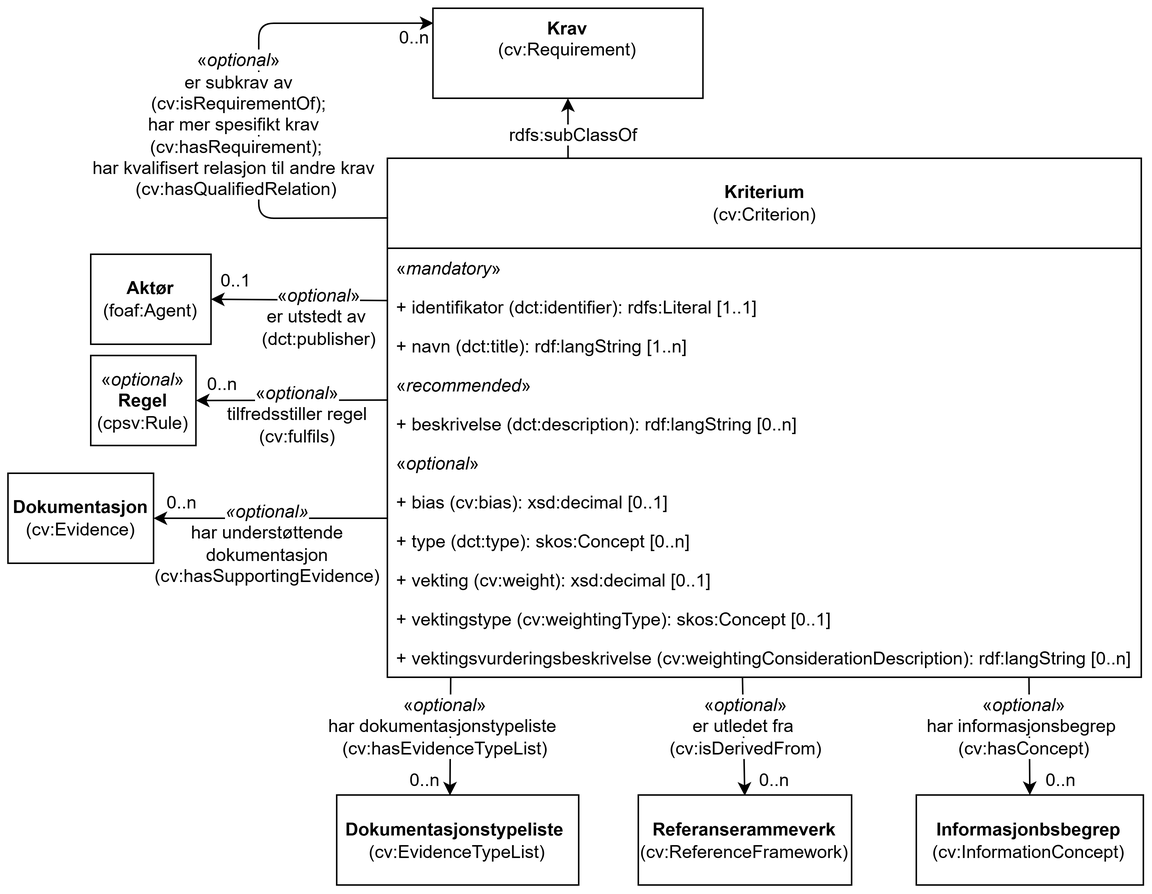
Before: docs/images/KlassenKriterium.png, a diagram exported from draw.io (Informasjonsforvaltning/cccev-ap-no). Source tidied: cells renumbered, new cells last; positions are measured from the earlier drawing's top-left corner, leaving out a move shared by most shapes.
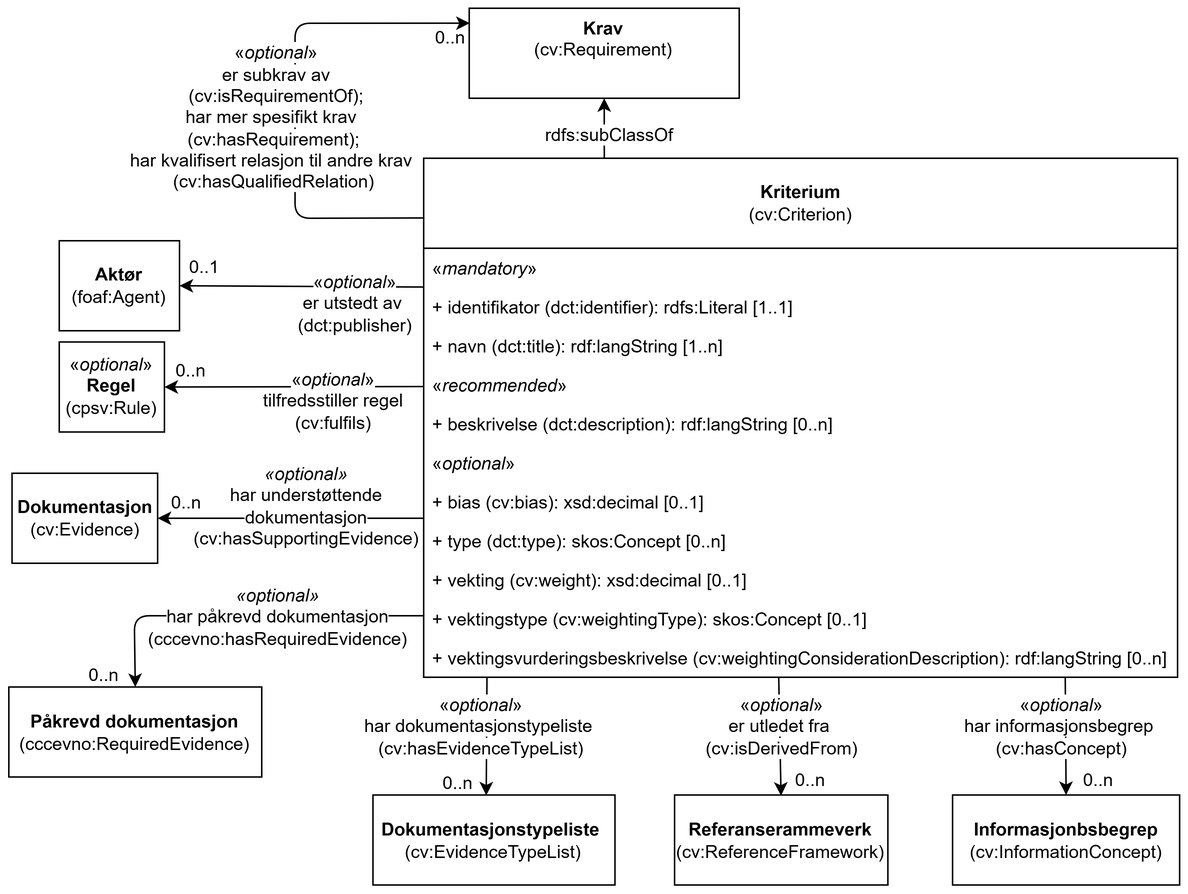
Above is the later version.

Change to the diagram source:
```diff
@@ -3,81 +3,81 @@
     <mxCell id="0" />
     <mxCell id="1" parent="0" />
     <mxCell id="2" value="«&lt;i&gt;optional&lt;/i&gt;»&lt;br&gt;&lt;b&gt;Regel&lt;/b&gt;&lt;br&gt;(cpsv:Rule)" style="rounded=0;whiteSpace=wrap;html=1;fillColor=none;strokeColor=#000000;" parent="1" vertex="1">
-      <mxGeometry x="55" y="231.5" width="70.1" height="60" as="geometry" />
+      <mxGeometry x="65" y="307.5" width="70.1" height="60" as="geometry" />
     </mxCell>
     <mxCell id="3" style="endArrow=classic;html=1;rounded=0;entryX=1;entryY=0.5;entryDx=0;entryDy=0;exitX=-0.001;exitY=0.87;exitDx=0;exitDy=0;exitPerimeter=0;" parent="1" edge="1" target="2">
       <mxGeometry relative="1" as="geometry">
-        <mxPoint x="252.6" y="261.2" as="sourcePoint" />
+        <mxPoint x="307.7" y="337.2" as="sourcePoint" />
       </mxGeometry>
     </mxCell>
     <mxCell id="4" value="&lt;span style=&quot;background-color: rgb(255, 255, 255);&quot;&gt;«&lt;i style=&quot;&quot;&gt;optional&lt;/i&gt;»&lt;br&gt;tilfredsstiller regel&lt;br&gt;(cv:fulfils)&lt;/span&gt;" style="text;html=1;strokeColor=none;fillColor=none;align=center;verticalAlign=middle;whiteSpace=wrap;rounded=0;" parent="1" vertex="1">
-      <mxGeometry x="135.8" y="244.5" width="113.6" height="52" as="geometry" />
+      <mxGeometry x="190.9" y="320.5" width="113.6" height="52" as="geometry" />
     </mxCell>
     <mxCell id="5" value="0..n" style="text;html=1;strokeColor=none;fillColor=none;align=center;verticalAlign=middle;whiteSpace=wrap;rounded=0;" parent="1" vertex="1">
-      <mxGeometry x="126" y="240.5" width="34" height="20" as="geometry" />
+      <mxGeometry x="136" y="316.5" width="34" height="20" as="geometry" />
     </mxCell>
     <mxCell id="6" value="&lt;b&gt;Informasjonbsbegrep&lt;/b&gt;&lt;br&gt;(cv:InformationConcept)" style="rounded=0;whiteSpace=wrap;html=1;fillColor=none;strokeColor=#000000;" parent="1" vertex="1">
-      <mxGeometry x="605.4" y="524.5" width="151.4" height="60" as="geometry" />
+      <mxGeometry x="660.5" y="609.5" width="151.4" height="60" as="geometry" />
     </mxCell>
     <mxCell id="7" style="endArrow=classic;html=1;rounded=0;entryX=0.5;entryY=0;entryDx=0;entryDy=0;exitX=0.851;exitY=0.987;exitDx=0;exitDy=0;exitPerimeter=0;" parent="1" edge="1" source="34" target="6">
       <mxGeometry relative="1" as="geometry" />
     </mxCell>
     <mxCell id="8" value="0..n" style="text;html=1;strokeColor=none;fillColor=none;align=center;verticalAlign=middle;whiteSpace=wrap;rounded=0;" parent="1" vertex="1">
-      <mxGeometry x="689.4" y="504.5" width="26" height="20" as="geometry" />
+      <mxGeometry x="744.5" y="589.5" width="26" height="20" as="geometry" />
     </mxCell>
     <mxCell id="9" value="&lt;b&gt;Dokumentasjonstypeliste&amp;nbsp;&lt;br&gt;&lt;/b&gt;(cv:EvidenceTypeList)" style="rounded=0;whiteSpace=wrap;html=1;fillColor=none;strokeColor=#000000;" parent="1" vertex="1">
-      <mxGeometry x="219" y="524.5" width="161.3" height="60" as="geometry" />
+      <mxGeometry x="274.1" y="609.5" width="161.3" height="60" as="geometry" />
     </mxCell>
     <mxCell id="10" style="endArrow=classic;html=1;rounded=0;exitX=0.084;exitY=0.985;exitDx=0;exitDy=0;exitPerimeter=0;entryX=0.468;entryY=0.005;entryDx=0;entryDy=0;entryPerimeter=0;" parent="1" edge="1" source="34" target="9">
       <mxGeometry relative="1" as="geometry" />
     </mxCell>
     <mxCell id="11" value="&lt;span style=&quot;background-color: rgb(255, 255, 255);&quot;&gt;«&lt;i style=&quot;&quot;&gt;optional&lt;/i&gt;»&lt;br&gt;har dokumentasjonstypeliste&amp;nbsp;&lt;br&gt;(cv:hasEvidenceTypeList)&lt;/span&gt;" style="text;html=1;strokeColor=none;fillColor=none;align=center;verticalAlign=middle;whiteSpace=wrap;rounded=0;" parent="1" vertex="1">
-      <mxGeometry x="203" y="452.5" width="177.3" height="52" as="geometry" />
+      <mxGeometry x="258.2" y="537.5" width="177.3" height="52" as="geometry" />
     </mxCell>
     <mxCell id="12" value="0..n" style="text;html=1;strokeColor=none;fillColor=none;align=center;verticalAlign=middle;whiteSpace=wrap;rounded=0;" parent="1" vertex="1">
-      <mxGeometry x="265.4" y="504.5" width="26" height="20" as="geometry" />
+      <mxGeometry x="317.5" y="591.5" width="26" height="20" as="geometry" />
     </mxCell>
     <mxCell id="13" style="endArrow=none;html=1;rounded=1;exitX=0.002;exitY=0.166;exitDx=0;exitDy=0;endFill=0;startArrow=classic;startFill=1;entryX=0.001;entryY=0.115;entryDx=0;entryDy=0;entryPerimeter=0;exitPerimeter=0;" parent="1" edge="1" source="36" target="23">
       <mxGeometry relative="1" as="geometry">
         <Array as="points">
-          <mxPoint x="167" y="10" />
-          <mxPoint x="167" y="140" />
+          <mxPoint x="222.2" y="95" />
+          <mxPoint x="222.2" y="225" />
         </Array>
       </mxGeometry>
     </mxCell>
     <mxCell id="14" value="0..n" style="text;html=1;strokeColor=none;fillColor=none;align=center;verticalAlign=middle;whiteSpace=wrap;rounded=0;" parent="1" vertex="1">
-      <mxGeometry x="257.6" y="9.5" width="26" height="20" as="geometry" />
+      <mxGeometry x="312.7" y="94.5" width="26" height="20" as="geometry" />
     </mxCell>
     <mxCell id="15" value="&lt;b&gt;Aktør&lt;/b&gt;&lt;br&gt;(foaf:Agent)" style="rounded=0;whiteSpace=wrap;html=1;fillColor=none;strokeColor=#000000;" parent="1" vertex="1">
-      <mxGeometry x="55" y="164" width="80.2" height="60" as="geometry" />
+      <mxGeometry x="65" y="240" width="80.2" height="60" as="geometry" />
     </mxCell>
     <mxCell id="16" style="endArrow=classic;html=1;rounded=1;entryX=1;entryY=0.5;entryDx=0;entryDy=0;exitX=-0.005;exitY=0.679;exitDx=0;exitDy=0;exitPerimeter=0;" parent="1" edge="1" target="15">
       <mxGeometry relative="1" as="geometry">
-        <mxPoint x="252.8" y="194.9" as="sourcePoint" />
+        <mxPoint x="307.9" y="270.9" as="sourcePoint" />
       </mxGeometry>
     </mxCell>
     <mxCell id="17" value="0..1" style="text;html=1;strokeColor=none;fillColor=none;align=center;verticalAlign=middle;whiteSpace=wrap;rounded=0;" parent="1" vertex="1">
-      <mxGeometry x="138.7" y="172" width="26" height="20" as="geometry" />
+      <mxGeometry x="148.7" y="248" width="26" height="20" as="geometry" />
     </mxCell>
     <mxCell id="18" value="&lt;span style=&quot;background-color: rgb(255, 255, 255);&quot;&gt;«&lt;i style=&quot;&quot;&gt;optional&lt;/i&gt;»&lt;br&gt;er utstedt av&amp;nbsp;&lt;br&gt;(dct:publisher)&lt;/span&gt;" style="text;html=1;strokeColor=none;fillColor=none;align=center;verticalAlign=middle;whiteSpace=wrap;rounded=0;" parent="1" vertex="1">
-      <mxGeometry x="161.6" y="179.5" width="91" height="52" as="geometry" />
+      <mxGeometry x="216.8" y="255.5" width="91" height="52" as="geometry" />
     </mxCell>
     <mxCell id="19" value="&lt;b&gt;Referanserammeverk&lt;/b&gt;&lt;br&gt;(cv:ReferenceFramework)" style="rounded=0;whiteSpace=wrap;html=1;fillColor=none;strokeColor=#000000;" parent="1" vertex="1">
-      <mxGeometry x="420" y="524.5" width="142.2" height="60" as="geometry" />
+      <mxGeometry x="475.2" y="609.5" width="142.2" height="60" as="geometry" />
     </mxCell>
     <mxCell id="20" style="endArrow=classic;html=1;rounded=1;exitX=0.471;exitY=1.008;exitDx=0;exitDy=0;exitPerimeter=0;" parent="1" edge="1" source="34">
       <mxGeometry relative="1" as="geometry">
-        <mxPoint x="491" y="525" as="targetPoint" />
+        <mxPoint x="546.2" y="610" as="targetPoint" />
       </mxGeometry>
     </mxCell>
     <mxCell id="21" value="&lt;span style=&quot;background-color: rgb(255, 255, 255);&quot;&gt;«&lt;i style=&quot;&quot;&gt;optional&lt;/i&gt;»&lt;br&gt;er utledet fra&amp;nbsp;&lt;br&gt;(cv:isDerivedFrom)&lt;/span&gt;" style="text;html=1;strokeColor=none;fillColor=none;align=center;verticalAlign=middle;whiteSpace=wrap;rounded=0;" parent="1" vertex="1">
-      <mxGeometry x="452.1" y="452.5" width="80" height="52" as="geometry" />
+      <mxGeometry x="507.3" y="537.5" width="80" height="52" as="geometry" />
     </mxCell>
     <mxCell id="22" value="0..n" style="text;html=1;strokeColor=none;fillColor=none;align=center;verticalAlign=middle;whiteSpace=wrap;rounded=0;" parent="1" vertex="1">
-      <mxGeometry x="498.1" y="504.5" width="26" height="20" as="geometry" />
+      <mxGeometry x="553.3" y="589.5" width="26" height="20" as="geometry" />
     </mxCell>
     <mxCell id="23" value="&lt;b style=&quot;border-color: var(--border-color);&quot;&gt;Kriterium&lt;/b&gt;&lt;br style=&quot;border-color: var(--border-color);&quot;&gt;(cv:Criterion)" style="swimlane;fontStyle=0;horizontal=1;startSize=60;fillColor=none;whiteSpace=wrap;html=1;" parent="1" vertex="1">
-      <mxGeometry x="252.8" y="100" width="502.6" height="346" as="geometry" />
+      <mxGeometry x="307.9" y="185" width="502.6" height="346" as="geometry" />
     </mxCell>
     <mxCell id="24" value="«&lt;i&gt;mandatory&lt;/i&gt;»" style="text;align=left;verticalAlign=top;spacingLeft=4;spacingRight=4;overflow=hidden;whiteSpace=wrap;html=1;fillColor=none;" parent="23" vertex="1">
       <mxGeometry y="60" width="502.6" height="26" as="geometry" />
@@ -113,35 +113,51 @@
       <mxGeometry y="320" width="502.6" height="26" as="geometry" />
     </mxCell>
     <mxCell id="35" value="&lt;span style=&quot;background-color: rgb(255, 255, 255);&quot;&gt;«&lt;i style=&quot;&quot;&gt;optional&lt;/i&gt;»&lt;br&gt;er subkrav av&lt;br&gt;(cv:isRequirementOf);&lt;br&gt;har mer spesifikt krav&amp;nbsp;&amp;nbsp;&lt;br&gt;(cv:hasRequirement);&amp;nbsp;&lt;br&gt;har kvalifisert relasjon til andre krav&amp;nbsp;&amp;nbsp;&lt;br&gt;(cv:hasQualifiedRelation)&amp;nbsp;&lt;/span&gt;&lt;span style=&quot;background-color: rgb(255, 255, 0);&quot;&gt;&lt;br&gt;&lt;/span&gt;" style="text;html=1;strokeColor=none;fillColor=none;align=center;verticalAlign=middle;whiteSpace=wrap;rounded=0;" parent="1" vertex="1">
-      <mxGeometry x="52" y="20" width="204.4" height="115" as="geometry" />
+      <mxGeometry x="108.3" y="100" width="204.4" height="115" as="geometry" />
     </mxCell>
     <mxCell id="36" value="&lt;b&gt;Krav&lt;br&gt;&lt;/b&gt;(cv:Requirement)" style="rounded=0;whiteSpace=wrap;html=1;verticalAlign=top;fontFamily=Helvetica;fontSize=12;fillColor=none;" parent="1" vertex="1">
-      <mxGeometry x="283.1" width="180" height="60" as="geometry" />
+      <mxGeometry x="338.3" y="85" width="180" height="60" as="geometry" />
     </mxCell>
     <mxCell id="37" style="endArrow=classic;html=1;rounded=0;exitX=0.5;exitY=0;exitDx=0;exitDy=0;endFill=1;entryX=0.5;entryY=1;entryDx=0;entryDy=0;" parent="1" edge="1" target="36">
       <mxGeometry relative="1" as="geometry">
-        <mxPoint x="373.2" y="100" as="sourcePoint" />
+        <mxPoint x="428.4" y="185" as="sourcePoint" />
       </mxGeometry>
     </mxCell>
     <mxCell id="38" value="&lt;span style=&quot;background-color: rgb(255, 255, 255);&quot;&gt;rdfs:subClassOf&lt;/span&gt;" style="text;html=1;strokeColor=none;fillColor=none;align=center;verticalAlign=middle;whiteSpace=wrap;rounded=0;" parent="1" vertex="1">
-      <mxGeometry x="346.8" y="70" width="60" height="30" as="geometry" />
+      <mxGeometry x="402" y="155" width="60" height="30" as="geometry" />
     </mxCell>
     <mxCell id="39" value="&lt;span style=&quot;background-color: rgb(255, 255, 255);&quot;&gt;«&lt;i style=&quot;&quot;&gt;optional&lt;/i&gt;»&lt;br style=&quot;border-color: var(--border-color);&quot;&gt;har informasjonsbegrep&amp;nbsp;&lt;br style=&quot;border-color: var(--border-color);&quot;&gt;(cv:hasConcept)&lt;/span&gt;" style="text;html=1;strokeColor=none;fillColor=none;align=center;verticalAlign=middle;whiteSpace=wrap;rounded=0;" parent="1" vertex="1">
-      <mxGeometry x="605.4" y="452.5" width="145" height="52" as="geometry" />
+      <mxGeometry x="660.5" y="537.5" width="145" height="52" as="geometry" />
     </mxCell>
     <mxCell id="40" value="&lt;b&gt;Dokumentasjon&lt;/b&gt;&lt;br&gt;(cv:Evidence)" style="rounded=0;whiteSpace=wrap;html=1;fillColor=none;strokeColor=#000000;" parent="1" vertex="1">
-      <mxGeometry x="-0.2" y="310" width="97" height="60" as="geometry" />
+      <mxGeometry x="33.5" y="395" width="97" height="60" as="geometry" />
     </mxCell>
     <mxCell id="41" style="endArrow=classic;html=1;rounded=0;exitX=0;exitY=0.333;exitDx=0;exitDy=0;exitPerimeter=0;entryX=1;entryY=0.5;entryDx=0;entryDy=0;" parent="1" edge="1" target="40">
       <mxGeometry relative="1" as="geometry">
-        <mxPoint x="252.6" y="340" as="sourcePoint" />
+        <mxPoint x="307.7" y="425" as="sourcePoint" />
       </mxGeometry>
     </mxCell>
     <mxCell id="42" value="&lt;span style=&quot;background-color: light-dark(#ffffff, var(--ge-dark-color, #121212));&quot;&gt;&lt;i&gt;«optional»&lt;br&gt;&lt;/i&gt;har understøttende dokumentasjon&lt;br&gt;(cv:hasSupportingEvidence)&lt;/span&gt;" style="text;html=1;whiteSpace=wrap;strokeColor=none;fillColor=none;align=center;verticalAlign=middle;rounded=0;" parent="1" vertex="1">
-      <mxGeometry x="142.6" y="342" width="60" height="30" as="geometry" />
+      <mxGeometry x="200" y="402" width="60" height="30" as="geometry" />
     </mxCell>
     <mxCell id="43" value="0..n" style="text;html=1;strokeColor=none;fillColor=none;align=center;verticalAlign=middle;whiteSpace=wrap;rounded=0;" parent="1" vertex="1">
-      <mxGeometry x="98.9" y="320" width="34" height="20" as="geometry" />
+      <mxGeometry x="132.6" y="405" width="34" height="20" as="geometry" />
     </mxCell>
+    <mxCell id="44" value="&lt;b&gt;Påkrevd dokumentasjon&lt;/b&gt;&lt;br&gt;(cccevno:RequiredEvidence)" style="rounded=0;whiteSpace=wrap;html=1;fillColor=none;strokeColor=#000000;" parent="1" vertex="1">
+      <mxGeometry x="31.4" y="537.5" width="168.6" height="60" as="geometry" />
+    </mxCell>
+    <mxCell id="45" style="endArrow=classic;html=1;rounded=1;exitX=0.001;exitY=0.423;exitDx=0;exitDy=0;exitPerimeter=0;entryX=0.5;entryY=0;entryDx=0;entryDy=0;curved=0;" parent="1" edge="1" source="33" target="44">
+      <mxGeometry relative="1" as="geometry">
+        <Array as="points">
+          <mxPoint x="115" y="490" />
+        </Array>
+      </mxGeometry>
+    </mxCell>
+    <mxCell id="46" value="&lt;span style=&quot;background-color: light-dark(#ffffff, var(--ge-dark-color, #121212));&quot;&gt;&lt;i&gt;«optional»&lt;br&gt;&lt;/i&gt;har påkrevd dokumentasjon&lt;br&gt;(cccevno:hasRequiredEvidence)&lt;/span&gt;" style="text;html=1;whiteSpace=wrap;strokeColor=none;fillColor=none;align=center;verticalAlign=middle;rounded=0;" parent="1" vertex="1">
+      <mxGeometry x="113.1" y="476" width="195.9" height="30" as="geometry" />
+    </mxCell>
+    <mxCell id="47" value="0..n" style="text;html=1;strokeColor=none;fillColor=none;align=center;verticalAlign=middle;whiteSpace=wrap;rounded=0;" parent="1" vertex="1">
+      <mxGeometry x="78.1" y="519.5" width="34" height="20" as="geometry" />
+    </mxCell>
   </root>
 </mxGraphModel>
```
